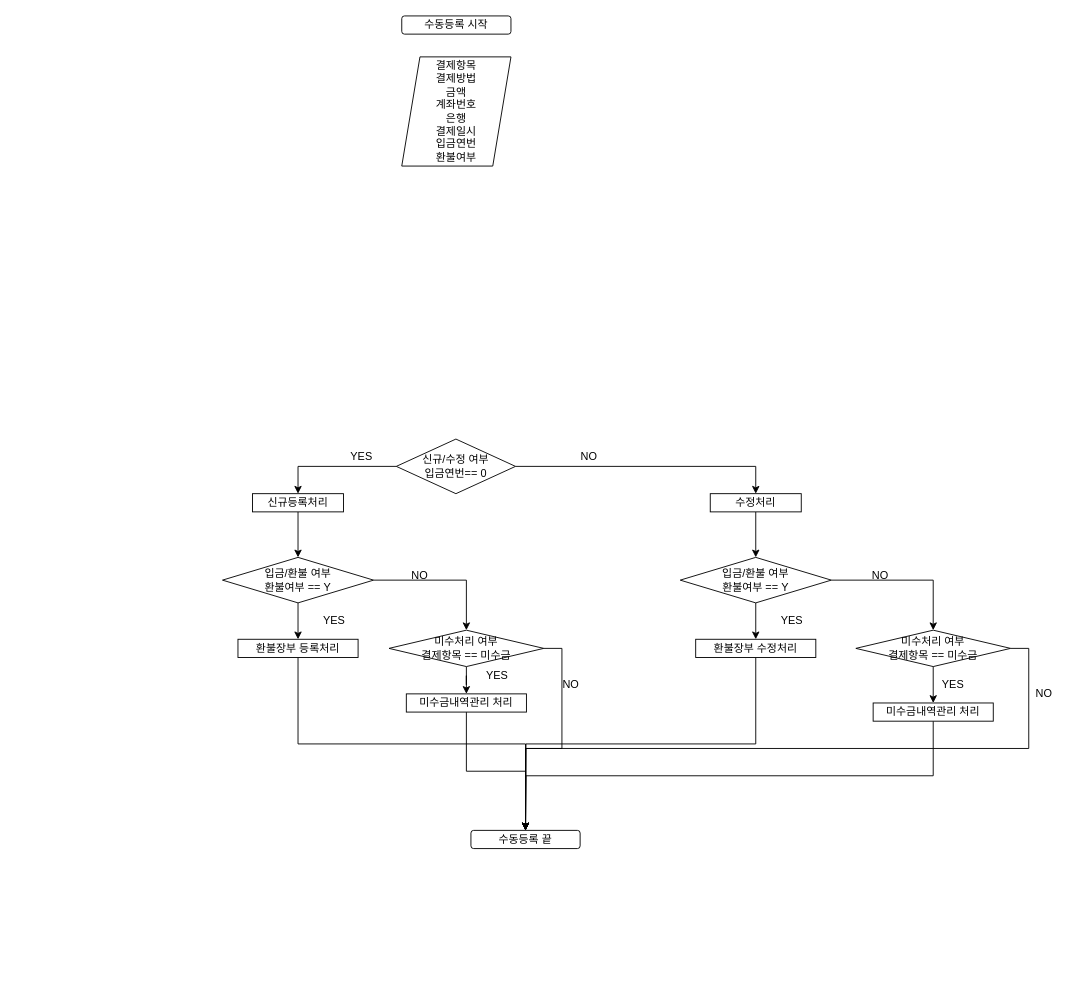
Before: page "입금/환불 수동 등록" (2 of 5) of 제목 없는 다이어그램.drawio in nsnnsn12/TestProject, a draw.io diagram. Source tidied: cells renumbered, new cells numbered last; positions are measured from the earlier drawing's top-left corner, leaving out a move shared by most shapes. Both pictures are drawn from the tidied source at 91%, with x=0, y=0 at pixel (222, 15).
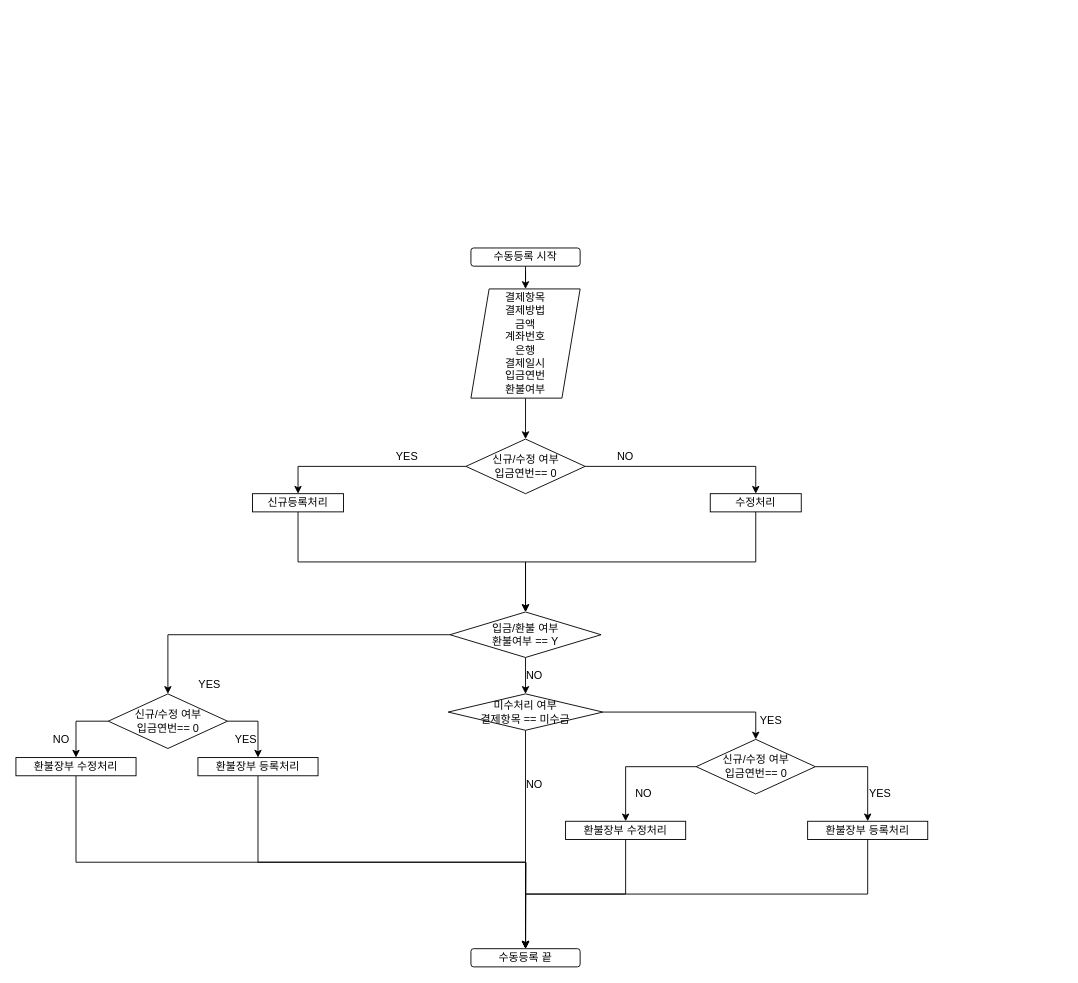
Above is the later version.

Commit message:
제목 없는 다이어그램.drawio 업데이트

Unchanged cells that the change refers to:
```xml
<mxCell id="17" value="수정처리" style="rounded=0;whiteSpace=wrap;html=1;" parent="1" vertex="1">
  <mxGeometry x="536" y="525" width="100" height="20" as="geometry" />
</mxCell>
```

Diff of the diagram source:
```diff
@@
+    <mxCell id="42" style="edgeStyle=orthogonalEdgeStyle;rounded=0;jettySize=auto;html=1;exitX=0.5;exitY=1;exitDx=0;exitDy=0;" parent="1" edge="1" source="2" target="13">
+      <mxGeometry relative="1" as="geometry" />
+    </mxCell>
     <mxCell id="2" value="수동등록 시작" style="rounded=1;whiteSpace=wrap;html=1;" parent="1" vertex="1">
-      <mxGeometry x="197" width="120" height="20" as="geometry" />
+      <mxGeometry x="273" y="255" width="120" height="20" as="geometry" />
     </mxCell>
     <mxCell id="3" value="수동등록 끝" style="rounded=1;whiteSpace=wrap;html=1;" parent="1" vertex="1">
-      <mxGeometry x="273" y="895" width="120" height="20" as="geometry" />
+      <mxGeometry x="273" y="1025" width="120" height="20" as="geometry" />
     </mxCell>
-    <mxCell id="4" style="edgeStyle=orthogonalEdgeStyle;rounded=0;jettySize=auto;html=1;exitX=0.5;exitY=1;exitDx=0;exitDy=0;entryX=0.5;entryY=0;entryDx=0;entryDy=0;" parent="1" edge="1" source="6" target="24">
-      <mxGeometry relative="1" as="geometry" />
-    </mxCell>
+    <mxCell id="43" style="edgeStyle=orthogonalEdgeStyle;rounded=0;jettySize=auto;html=1;exitX=0;exitY=0.5;exitDx=0;exitDy=0;" parent="1" edge="1" source="6" target="50">
+      <mxGeometry relative="1" as="geometry" />
+    </mxCell>
-    <mxCell id="5" style="edgeStyle=orthogonalEdgeStyle;rounded=0;jettySize=auto;html=1;exitX=1;exitY=0.5;exitDx=0;exitDy=0;" parent="1" edge="1" source="6" target="12">
+    <mxCell id="5" style="edgeStyle=orthogonalEdgeStyle;rounded=0;jettySize=auto;html=1;exitX=0.5;exitY=1;exitDx=0;exitDy=0;" parent="1" edge="1" source="6" target="12">
       <mxGeometry relative="1" as="geometry" />
     </mxCell>
     <mxCell id="6" value="입금/환불 여부&lt;br&gt;환불여부 == Y" style="rhombus;whiteSpace=wrap;html=1;" parent="1" vertex="1">
-      <mxGeometry y="595" width="166" height="50" as="geometry" />
+      <mxGeometry x="250" y="655" width="166" height="50" as="geometry" />
     </mxCell>
@@
     <mxCell id="9" value="신규/수정 여부&lt;br&gt;입금연번== 0" style="rhombus;whiteSpace=wrap;html=1;" parent="1" vertex="1">
-      <mxGeometry x="191" y="465" width="131" height="60" as="geometry" />
+      <mxGeometry x="267.5" y="465" width="131" height="60" as="geometry" />
     </mxCell>
-    <mxCell id="10" style="edgeStyle=orthogonalEdgeStyle;rounded=0;jettySize=auto;html=1;exitX=0.5;exitY=1;exitDx=0;exitDy=0;" parent="1" edge="1" source="12" target="33">
-      <mxGeometry relative="1" as="geometry" />
-    </mxCell>
-    <mxCell id="11" style="edgeStyle=orthogonalEdgeStyle;rounded=0;jettySize=auto;html=1;exitX=1;exitY=0.5;exitDx=0;exitDy=0;" parent="1" edge="1" source="12">
-      <mxGeometry relative="1" as="geometry">
-        <mxPoint x="333" y="895" as="targetPoint" />
-      </mxGeometry>
-    </mxCell>
+    <mxCell id="44" style="edgeStyle=orthogonalEdgeStyle;rounded=0;jettySize=auto;html=1;exitX=1;exitY=0.5;exitDx=0;exitDy=0;entryX=0.5;entryY=0;entryDx=0;entryDy=0;" parent="1" edge="1" source="12" target="59">
+      <mxGeometry relative="1" as="geometry" />
+    </mxCell>
+    <mxCell id="45" style="edgeStyle=orthogonalEdgeStyle;rounded=0;jettySize=auto;html=1;exitX=0.5;exitY=1;exitDx=0;exitDy=0;entryX=0.5;entryY=0;entryDx=0;entryDy=0;" parent="1" edge="1" source="12" target="3">
+      <mxGeometry relative="1" as="geometry" />
+    </mxCell>
     <mxCell id="12" value="미수처리 여부&lt;br&gt;결제항목 == 미수금" style="rhombus;whiteSpace=wrap;html=1;" parent="1" vertex="1">
-      <mxGeometry x="183" y="675" width="170" height="40" as="geometry" />
+      <mxGeometry x="248" y="745" width="170" height="40" as="geometry" />
     </mxCell>
+    <mxCell id="46" style="edgeStyle=orthogonalEdgeStyle;rounded=0;jettySize=auto;html=1;exitX=0.5;exitY=1;exitDx=0;exitDy=0;entryX=0.5;entryY=0;entryDx=0;entryDy=0;" parent="1" edge="1" source="13" target="9">
+      <mxGeometry relative="1" as="geometry" />
+    </mxCell>
     <mxCell id="13" value="결제항목&lt;br&gt;결제방법&lt;br&gt;금액&lt;br&gt;계좌번호&lt;br&gt;은행&lt;br&gt;결제일시&lt;br&gt;입금연번&lt;br&gt;환불여부" style="shape=parallelogram;perimeter=parallelogramPerimeter;whiteSpace=wrap;html=1;fixedSize=1;" parent="1" vertex="1">
-      <mxGeometry x="197" y="45" width="120" height="120" as="geometry" />
+      <mxGeometry x="273" y="300" width="120" height="120" as="geometry" />
     </mxCell>
@@
-    <mxCell id="16" style="edgeStyle=orthogonalEdgeStyle;rounded=0;jettySize=auto;html=1;exitX=0.5;exitY=1;exitDx=0;exitDy=0;entryX=0.5;entryY=0;entryDx=0;entryDy=0;" parent="1" edge="1" source="17" target="22">
-      <mxGeometry relative="1" as="geometry" />
-    </mxCell>
+    <mxCell id="47" style="edgeStyle=orthogonalEdgeStyle;rounded=0;jettySize=auto;html=1;exitX=0.5;exitY=1;exitDx=0;exitDy=0;entryX=0.5;entryY=0;entryDx=0;entryDy=0;" parent="1" edge="1" source="17" target="6">
+      <mxGeometry relative="1" as="geometry" />
+    </mxCell>
@@
     <mxCell id="18" value="YES" style="text;html=1;strokeColor=none;fillColor=none;align=center;verticalAlign=middle;whiteSpace=wrap;rounded=0;" parent="1" vertex="1">
-      <mxGeometry x="133" y="475" width="40" height="20" as="geometry" />
+      <mxGeometry x="183" y="475" width="40" height="20" as="geometry" />
     </mxCell>
     <mxCell id="19" value="NO" style="text;html=1;strokeColor=none;fillColor=none;align=center;verticalAlign=middle;whiteSpace=wrap;rounded=0;" parent="1" vertex="1">
-      <mxGeometry x="383" y="475" width="40" height="20" as="geometry" />
+      <mxGeometry x="423" y="475" width="40" height="20" as="geometry" />
     </mxCell>
-    <mxCell id="20" style="edgeStyle=orthogonalEdgeStyle;rounded=0;jettySize=auto;html=1;exitX=0.5;exitY=1;exitDx=0;exitDy=0;entryX=0.5;entryY=0;entryDx=0;entryDy=0;" parent="1" edge="1" source="22" target="26">
-      <mxGeometry relative="1" as="geometry" />
-    </mxCell>
-    <mxCell id="21" style="edgeStyle=orthogonalEdgeStyle;rounded=0;jettySize=auto;html=1;exitX=1;exitY=0.5;exitDx=0;exitDy=0;entryX=0.5;entryY=0;entryDx=0;entryDy=0;" parent="1" edge="1" source="22" target="31">
-      <mxGeometry relative="1" as="geometry" />
-    </mxCell>
-    <mxCell id="22" value="입금/환불 여부&lt;br&gt;환불여부 == Y" style="rhombus;whiteSpace=wrap;html=1;" parent="1" vertex="1">
-      <mxGeometry x="503" y="595" width="166" height="50" as="geometry" />
-    </mxCell>
-    <mxCell id="23" style="edgeStyle=orthogonalEdgeStyle;rounded=0;jettySize=auto;html=1;exitX=0.5;exitY=1;exitDx=0;exitDy=0;entryX=0.5;entryY=0;entryDx=0;entryDy=0;" parent="1" edge="1" source="24" target="3">
-      <mxGeometry relative="1" as="geometry" />
-    </mxCell>
-    <mxCell id="24" value="환불장부 등록처리" style="rounded=0;whiteSpace=wrap;html=1;" parent="1" vertex="1">
-      <mxGeometry x="17" y="685" width="132" height="20" as="geometry" />
-    </mxCell>
-    <mxCell id="25" style="edgeStyle=orthogonalEdgeStyle;rounded=0;jettySize=auto;html=1;exitX=0.5;exitY=1;exitDx=0;exitDy=0;" parent="1" edge="1" source="26">
-      <mxGeometry relative="1" as="geometry">
-        <mxPoint x="333" y="895" as="targetPoint" />
-      </mxGeometry>
-    </mxCell>
-    <mxCell id="26" value="환불장부 수정처리" style="rounded=0;whiteSpace=wrap;html=1;" parent="1" vertex="1">
-      <mxGeometry x="520" y="685" width="132" height="20" as="geometry" />
-    </mxCell>
-    <mxCell id="27" value="YES" style="text;html=1;strokeColor=none;fillColor=none;align=center;verticalAlign=middle;whiteSpace=wrap;rounded=0;" parent="1" vertex="1">
-      <mxGeometry x="103" y="655" width="40" height="20" as="geometry" />
-    </mxCell>
-    <mxCell id="28" value="YES" style="text;html=1;strokeColor=none;fillColor=none;align=center;verticalAlign=middle;whiteSpace=wrap;rounded=0;" parent="1" vertex="1">
-      <mxGeometry x="606" y="655" width="40" height="20" as="geometry" />
-    </mxCell>
-    <mxCell id="29" style="edgeStyle=orthogonalEdgeStyle;rounded=0;jettySize=auto;html=1;exitX=0.5;exitY=1;exitDx=0;exitDy=0;entryX=0.5;entryY=0;entryDx=0;entryDy=0;" parent="1" edge="1" source="31" target="35">
-      <mxGeometry relative="1" as="geometry" />
-    </mxCell>
-    <mxCell id="30" style="edgeStyle=orthogonalEdgeStyle;rounded=0;jettySize=auto;html=1;exitX=1;exitY=0.5;exitDx=0;exitDy=0;entryX=0.5;entryY=0;entryDx=0;entryDy=0;" parent="1" edge="1" source="31" target="3">
-      <mxGeometry relative="1" as="geometry" />
-    </mxCell>
-    <mxCell id="31" value="미수처리 여부&lt;br&gt;결제항목 == 미수금" style="rhombus;whiteSpace=wrap;html=1;" parent="1" vertex="1">
-      <mxGeometry x="696" y="675" width="170" height="40" as="geometry" />
-    </mxCell>
-    <mxCell id="32" style="edgeStyle=orthogonalEdgeStyle;rounded=0;jettySize=auto;html=1;exitX=0.5;exitY=1;exitDx=0;exitDy=0;entryX=0.5;entryY=0;entryDx=0;entryDy=0;" parent="1" edge="1" source="33" target="3">
-      <mxGeometry relative="1" as="geometry" />
-    </mxCell>
-    <mxCell id="33" value="미수금내역관리 처리" style="rounded=0;whiteSpace=wrap;html=1;" parent="1" vertex="1">
-      <mxGeometry x="202" y="745" width="132" height="20" as="geometry" />
-    </mxCell>
-    <mxCell id="34" style="edgeStyle=orthogonalEdgeStyle;rounded=0;jettySize=auto;html=1;exitX=0.5;exitY=1;exitDx=0;exitDy=0;" parent="1" edge="1" source="35">
-      <mxGeometry relative="1" as="geometry">
-        <mxPoint x="333" y="895" as="targetPoint" />
-      </mxGeometry>
-    </mxCell>
-    <mxCell id="35" value="미수금내역관리 처리" style="rounded=0;whiteSpace=wrap;html=1;" parent="1" vertex="1">
-      <mxGeometry x="715" y="755" width="132" height="20" as="geometry" />
-    </mxCell>
-    <mxCell id="36" value="YES" style="text;html=1;strokeColor=none;fillColor=none;align=center;verticalAlign=middle;whiteSpace=wrap;rounded=0;" parent="1" vertex="1">
-      <mxGeometry x="282" y="715" width="40" height="20" as="geometry" />
-    </mxCell>
-    <mxCell id="37" value="YES" style="text;html=1;strokeColor=none;fillColor=none;align=center;verticalAlign=middle;whiteSpace=wrap;rounded=0;" parent="1" vertex="1">
-      <mxGeometry x="783" y="725" width="40" height="20" as="geometry" />
-    </mxCell>
     <mxCell id="38" value="NO" style="text;html=1;strokeColor=none;fillColor=none;align=center;verticalAlign=middle;whiteSpace=wrap;rounded=0;" parent="1" vertex="1">
-      <mxGeometry x="197" y="605" width="40" height="20" as="geometry" />
+      <mxGeometry x="-197" y="785" width="40" height="20" as="geometry" />
     </mxCell>
-    <mxCell id="39" value="NO" style="text;html=1;strokeColor=none;fillColor=none;align=center;verticalAlign=middle;whiteSpace=wrap;rounded=0;" parent="1" vertex="1">
-      <mxGeometry x="703" y="605" width="40" height="20" as="geometry" />
-    </mxCell>
-    <mxCell id="40" value="NO" style="text;html=1;strokeColor=none;fillColor=none;align=center;verticalAlign=middle;whiteSpace=wrap;rounded=0;" parent="1" vertex="1">
-      <mxGeometry x="363" y="725" width="40" height="20" as="geometry" />
-    </mxCell>
-    <mxCell id="41" value="NO" style="text;html=1;strokeColor=none;fillColor=none;align=center;verticalAlign=middle;whiteSpace=wrap;rounded=0;" parent="1" vertex="1">
-      <mxGeometry x="883" y="735" width="40" height="20" as="geometry" />
-    </mxCell>
+    <mxCell id="48" style="edgeStyle=orthogonalEdgeStyle;rounded=0;jettySize=auto;html=1;exitX=0;exitY=0.5;exitDx=0;exitDy=0;" parent="1" edge="1" source="50" target="55">
+      <mxGeometry relative="1" as="geometry" />
+    </mxCell>
+    <mxCell id="49" style="edgeStyle=orthogonalEdgeStyle;rounded=0;jettySize=auto;html=1;exitX=1;exitY=0.5;exitDx=0;exitDy=0;entryX=0.5;entryY=0;entryDx=0;entryDy=0;" parent="1" edge="1" source="50" target="53">
+      <mxGeometry relative="1" as="geometry" />
+    </mxCell>
+    <mxCell id="50" value="신규/수정 여부&lt;br&gt;입금연번== 0" style="rhombus;whiteSpace=wrap;html=1;" parent="1" vertex="1">
+      <mxGeometry x="-125.5" y="745" width="131" height="60" as="geometry" />
+    </mxCell>
+    <mxCell id="51" value="YES" style="text;html=1;strokeColor=none;fillColor=none;align=center;verticalAlign=middle;whiteSpace=wrap;rounded=0;" parent="1" vertex="1">
+      <mxGeometry x="-34" y="725" width="40" height="20" as="geometry" />
+    </mxCell>
+    <mxCell id="52" style="edgeStyle=orthogonalEdgeStyle;rounded=0;jettySize=auto;html=1;exitX=0.5;exitY=1;exitDx=0;exitDy=0;entryX=0.5;entryY=0;entryDx=0;entryDy=0;" parent="1" edge="1" source="53" target="3">
+      <mxGeometry relative="1" as="geometry" />
+    </mxCell>
+    <mxCell id="53" value="환불장부 등록처리" style="rounded=0;whiteSpace=wrap;html=1;" parent="1" vertex="1">
+      <mxGeometry x="-27" y="815" width="132" height="20" as="geometry" />
+    </mxCell>
+    <mxCell id="54" style="edgeStyle=orthogonalEdgeStyle;rounded=0;jettySize=auto;html=1;exitX=0.5;exitY=1;exitDx=0;exitDy=0;" parent="1" edge="1" source="55">
+      <mxGeometry relative="1" as="geometry">
+        <mxPoint x="333" y="1025" as="targetPoint" />
+      </mxGeometry>
+    </mxCell>
+    <mxCell id="55" value="환불장부 수정처리" style="rounded=0;whiteSpace=wrap;html=1;" parent="1" vertex="1">
+      <mxGeometry x="-227" y="815" width="132" height="20" as="geometry" />
+    </mxCell>
+    <mxCell id="56" value="YES" style="text;html=1;strokeColor=none;fillColor=none;align=center;verticalAlign=middle;whiteSpace=wrap;rounded=0;" parent="1" vertex="1">
+      <mxGeometry x="5.5" y="785" width="40" height="20" as="geometry" />
+    </mxCell>
+    <mxCell id="57" style="edgeStyle=orthogonalEdgeStyle;rounded=0;jettySize=auto;html=1;exitX=0;exitY=0.5;exitDx=0;exitDy=0;" parent="1" edge="1" source="59" target="63">
+      <mxGeometry relative="1" as="geometry" />
+    </mxCell>
+    <mxCell id="58" style="edgeStyle=orthogonalEdgeStyle;rounded=0;jettySize=auto;html=1;exitX=1;exitY=0.5;exitDx=0;exitDy=0;entryX=0.5;entryY=0;entryDx=0;entryDy=0;" parent="1" edge="1" source="59" target="61">
+      <mxGeometry relative="1" as="geometry" />
+    </mxCell>
+    <mxCell id="59" value="신규/수정 여부&lt;br&gt;입금연번== 0" style="rhombus;whiteSpace=wrap;html=1;" parent="1" vertex="1">
+      <mxGeometry x="520.5" y="795" width="131" height="60" as="geometry" />
+    </mxCell>
+    <mxCell id="60" style="edgeStyle=orthogonalEdgeStyle;rounded=0;jettySize=auto;html=1;exitX=0.5;exitY=1;exitDx=0;exitDy=0;entryX=0.5;entryY=0;entryDx=0;entryDy=0;" parent="1" edge="1" source="61" target="3">
+      <mxGeometry relative="1" as="geometry" />
+    </mxCell>
+    <mxCell id="61" value="환불장부 등록처리" style="rounded=0;whiteSpace=wrap;html=1;" parent="1" vertex="1">
+      <mxGeometry x="643" y="885" width="132" height="20" as="geometry" />
+    </mxCell>
+    <mxCell id="62" style="edgeStyle=orthogonalEdgeStyle;rounded=0;jettySize=auto;html=1;exitX=0.5;exitY=1;exitDx=0;exitDy=0;entryX=0.5;entryY=0;entryDx=0;entryDy=0;" parent="1" edge="1" source="63" target="3">
+      <mxGeometry relative="1" as="geometry" />
+    </mxCell>
+    <mxCell id="63" value="환불장부 수정처리" style="rounded=0;whiteSpace=wrap;html=1;" parent="1" vertex="1">
+      <mxGeometry x="377" y="885" width="132" height="20" as="geometry" />
+    </mxCell>
+    <mxCell id="64" value="YES" style="text;html=1;strokeColor=none;fillColor=none;align=center;verticalAlign=middle;whiteSpace=wrap;rounded=0;" parent="1" vertex="1">
+      <mxGeometry x="703" y="845" width="40" height="20" as="geometry" />
+    </mxCell>
+    <mxCell id="65" value="NO" style="text;html=1;strokeColor=none;fillColor=none;align=center;verticalAlign=middle;whiteSpace=wrap;rounded=0;" parent="1" vertex="1">
+      <mxGeometry x="443" y="845" width="40" height="20" as="geometry" />
+    </mxCell>
+    <mxCell id="66" value="YES" style="text;html=1;strokeColor=none;fillColor=none;align=center;verticalAlign=middle;whiteSpace=wrap;rounded=0;" parent="1" vertex="1">
+      <mxGeometry x="583" y="765" width="40" height="20" as="geometry" />
+    </mxCell>
+    <mxCell id="67" value="NO" style="text;html=1;strokeColor=none;fillColor=none;align=center;verticalAlign=middle;whiteSpace=wrap;rounded=0;" parent="1" vertex="1">
+      <mxGeometry x="323" y="715" width="40" height="20" as="geometry" />
+    </mxCell>
+    <mxCell id="68" value="NO" style="text;html=1;strokeColor=none;fillColor=none;align=center;verticalAlign=middle;whiteSpace=wrap;rounded=0;" parent="1" vertex="1">
+      <mxGeometry x="323" y="835" width="40" height="20" as="geometry" />
+    </mxCell>
```
